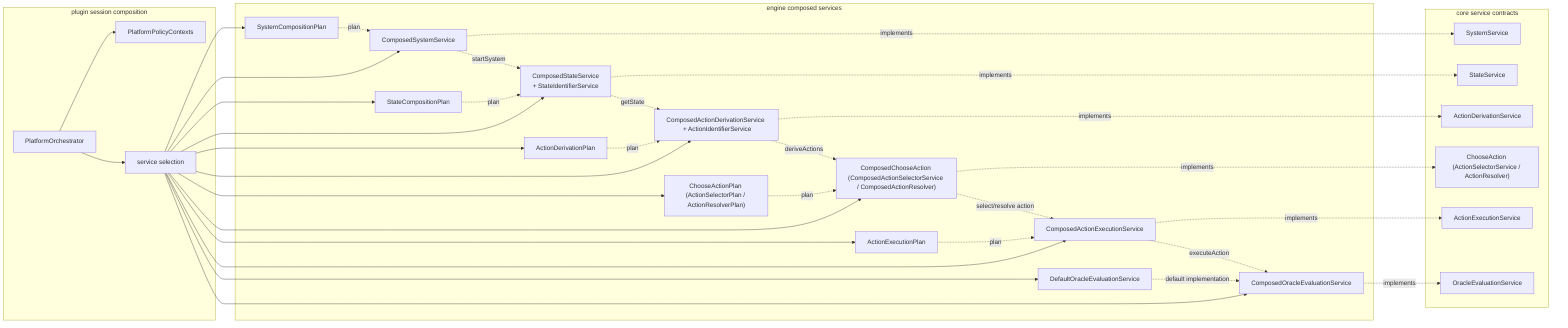
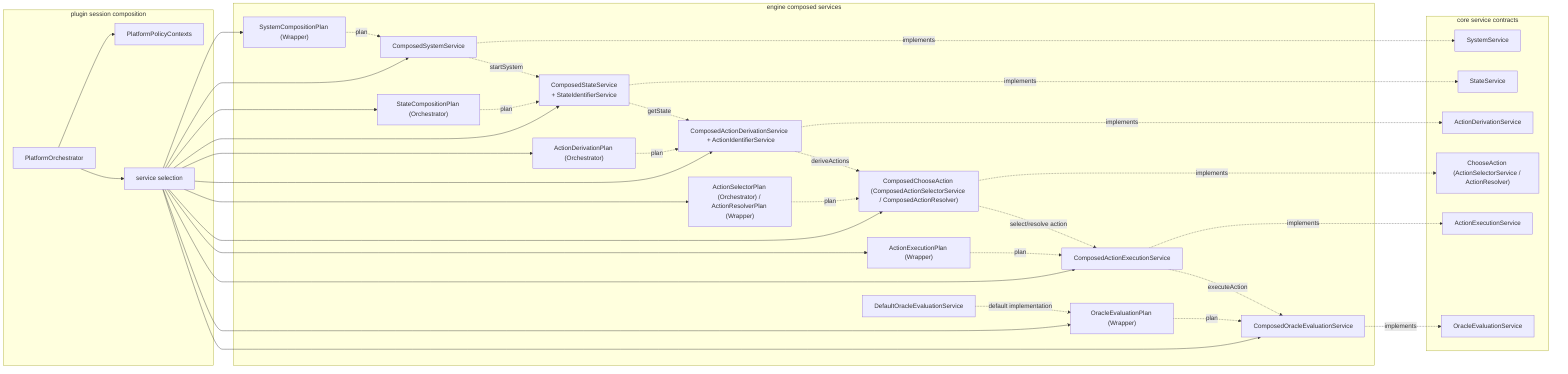
flowchart LR

    subgraph CoreContracts["core service contracts"]
        CoreSystem["SystemService"]
        CoreState["StateService"]
        CoreDerivation["ActionDerivationService"]
        CoreChoose["ChooseAction (ActionSelectorService / ActionResolver)"]
        CoreExecution["ActionExecutionService"]
        CoreOracle["OracleEvaluationService"]
    end

    subgraph EngineComposition["engine composed services"]
        ComposedSystem["ComposedSystemService"]
-         SystemPlan["SystemCompositionPlan"]
+         SystemPlan["SystemCompositionPlan (Wrapper)"]
        ComposedState["ComposedStateService <br> + StateIdentifierService"]
-         StatePlan["StateCompositionPlan"]
+         StatePlan["StateCompositionPlan (Orchestrator)"]
        ComposedDerivation["ComposedActionDerivationService <br> + ActionIdentifierService"]
-         DerivationPlan["ActionDerivationPlan"]
+         DerivationPlan["ActionDerivationPlan (Orchestrator)"]
        ComposedChoose["ComposedChooseAction (ComposedActionSelectorService / ComposedActionResolver)"]
-         ChoosePlan["ChooseActionPlan (ActionSelectorPlan / ActionResolverPlan)"]
+         ChoosePlan["ActionSelectorPlan (Orchestrator) / ActionResolverPlan (Wrapper)"]
        ComposedExecution["ComposedActionExecutionService"]
-         ExecutionPlan["ActionExecutionPlan"]
+         ExecutionPlan["ActionExecutionPlan (Wrapper)"]
+         OraclePlan["OracleEvaluationPlan (Wrapper)"]
        DefaultOracle["DefaultOracleEvaluationService"]
        ComposedOracle["ComposedOracleEvaluationService"]
    end

    subgraph PluginComposition["plugin session composition"]
        Orchestrator["PlatformOrchestrator"]
        PolicyContexts["PlatformPolicyContexts"]
        ServiceSelection["service selection"]
    end

    ComposedSystem -. implements .-> CoreSystem
    ComposedState -. implements .-> CoreState
    ComposedDerivation -. implements .-> CoreDerivation
    ComposedChoose -. implements .-> CoreChoose
    ComposedExecution -. implements .-> CoreExecution
    ComposedOracle -. implements .-> CoreOracle

    Orchestrator --> PolicyContexts
    Orchestrator --> ServiceSelection
    ServiceSelection --> SystemPlan
    ServiceSelection --> StatePlan
    ServiceSelection --> DerivationPlan
    ServiceSelection --> ChoosePlan
    ServiceSelection --> ExecutionPlan
-     ServiceSelection --> DefaultOracle
+     ServiceSelection --> OraclePlan
    ServiceSelection --> ComposedSystem
    ServiceSelection --> ComposedState
    ServiceSelection --> ComposedDerivation
    ServiceSelection --> ComposedChoose
    ServiceSelection --> ComposedExecution
    ServiceSelection --> ComposedOracle

    SystemPlan -. plan .-> ComposedSystem
    StatePlan -. plan .-> ComposedState
    DerivationPlan -. plan .-> ComposedDerivation
    ChoosePlan -. plan .-> ComposedChoose
    ExecutionPlan -. plan .-> ComposedExecution
-     DefaultOracle -. default implementation .-> ComposedOracle
+     OraclePlan -. plan .-> ComposedOracle
+     DefaultOracle -. default implementation .-> OraclePlan
    ComposedSystem -. startSystem .-> ComposedState
    ComposedState -. getState .-> ComposedDerivation
    ComposedDerivation -. deriveActions .-> ComposedChoose
    ComposedChoose -. select/resolve action .-> ComposedExecution
    ComposedExecution -. executeAction .-> ComposedOracle
